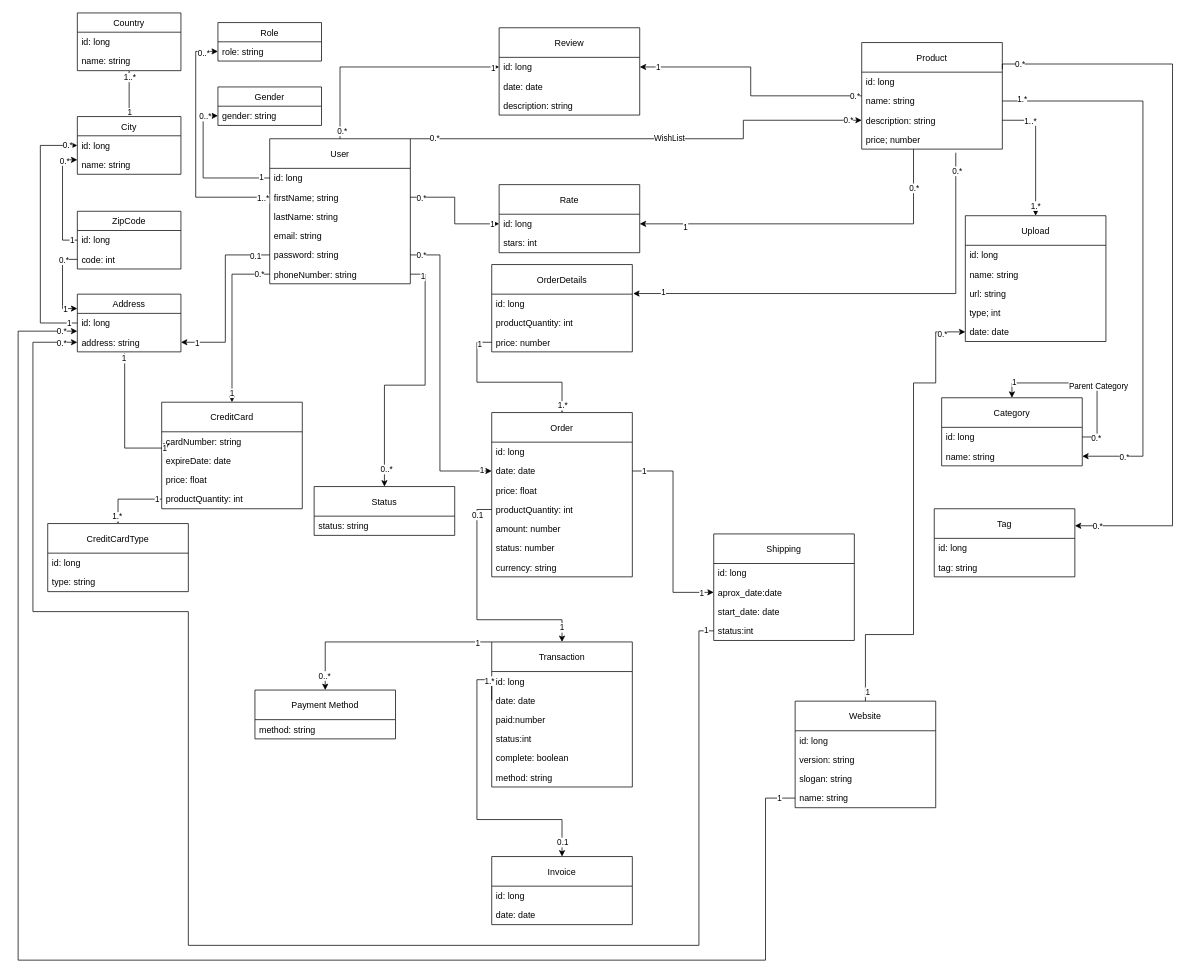
Earlier version of the draw.io diagram page "Ecommerce basic model" (1 of 4) of Class Diagram.drawio (Psycomentis06/AZIT-e-commerce-API-doc). Source tidied: cells renumbered, new cells numbered last; positions are measured from the earlier drawing's top-left corner, leaving out a move shared by most shapes. Both pictures are drawn from the tidied source at 74%, with x=0, y=0 at pixel (18, 13).
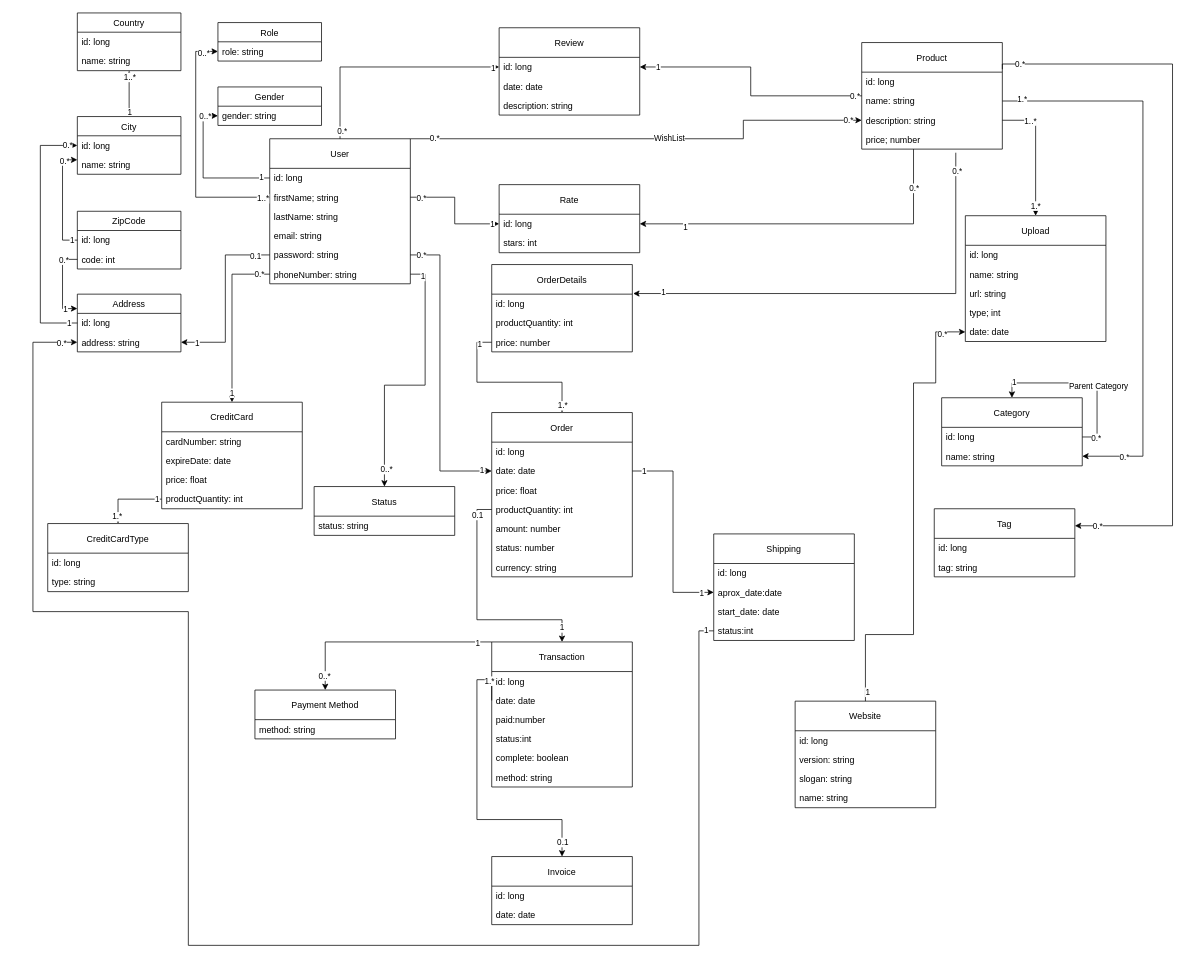
The same page after the edit.

The change refers to these unchanged cells:
```xml
<mxCell id="21" value="address: string" style="text;strokeColor=none;fillColor=none;align=left;verticalAlign=top;spacingLeft=4;spacingRight=4;overflow=hidden;points=[[0,0.5],[1,0.5]];portConstraint=eastwest;" parent="19" vertex="1">
  <mxGeometry y="52" width="140" height="26" as="geometry" />
</mxCell>
<mxCell id="82" value="expireDate: date" style="text;strokeColor=none;fillColor=none;align=left;verticalAlign=top;spacingLeft=4;spacingRight=4;overflow=hidden;points=[[0,0.5],[1,0.5]];portConstraint=eastwest;" parent="80" vertex="1">
  <mxGeometry y="66" width="190" height="26" as="geometry" />
</mxCell>
<mxCell id="164" value="name: string" style="text;strokeColor=none;fillColor=none;align=left;verticalAlign=top;spacingLeft=4;spacingRight=4;overflow=hidden;points=[[0,0.5],[1,0.5]];portConstraint=eastwest;" parent="160" vertex="1">
  <mxGeometry y="118" width="190" height="26" as="geometry" />
</mxCell>
```

Diff of the diagram source:
```diff
@@
-    <mxCell id="94" style="edgeStyle=orthogonalEdgeStyle;rounded=0;jettySize=auto;html=1;exitX=0.457;exitY=1.077;exitDx=0;exitDy=0;entryX=0.032;entryY=-0.077;entryDx=0;entryDy=0;entryPerimeter=0;exitPerimeter=0;" parent="1" edge="1" source="21" target="82">
-      <mxGeometry relative="1" as="geometry">
-        <Array as="points">
-          <mxPoint x="144" y="588" />
-        </Array>
-      </mxGeometry>
-    </mxCell>
-    <mxCell id="95" value="1" style="edgeLabel;html=1;align=center;verticalAlign=middle;" parent="94" vertex="1">
-      <mxGeometry x="-0.94" y="-1" relative="1" as="geometry" />
-    </mxCell>
-    <mxCell id="96" value="1" style="edgeLabel;html=1;align=center;verticalAlign=middle;" parent="94" vertex="1">
-      <mxGeometry x="0.95" relative="1" as="geometry" />
-    </mxCell>
@@
-    <mxCell id="165" style="edgeStyle=orthogonalEdgeStyle;rounded=0;jettySize=auto;html=1;exitX=0;exitY=0.5;exitDx=0;exitDy=0;" parent="1" edge="1" source="164">
-      <mxGeometry relative="1" as="geometry">
-        <mxPoint x="80" y="430" as="targetPoint" />
-        <Array as="points">
-          <mxPoint x="1010" y="1061" />
-          <mxPoint x="1010" y="1280" />
-          <mxPoint y="1280" />
-          <mxPoint y="430" />
-        </Array>
-      </mxGeometry>
-    </mxCell>
-    <mxCell id="166" value="1" style="edgeLabel;html=1;align=center;verticalAlign=middle;" parent="165" vertex="1">
-      <mxGeometry x="-0.98" relative="1" as="geometry" />
-    </mxCell>
-    <mxCell id="167" value="0.*" style="edgeLabel;html=1;align=center;verticalAlign=middle;" parent="165" vertex="1">
-      <mxGeometry x="0.98" relative="1" as="geometry" />
-    </mxCell>
```
